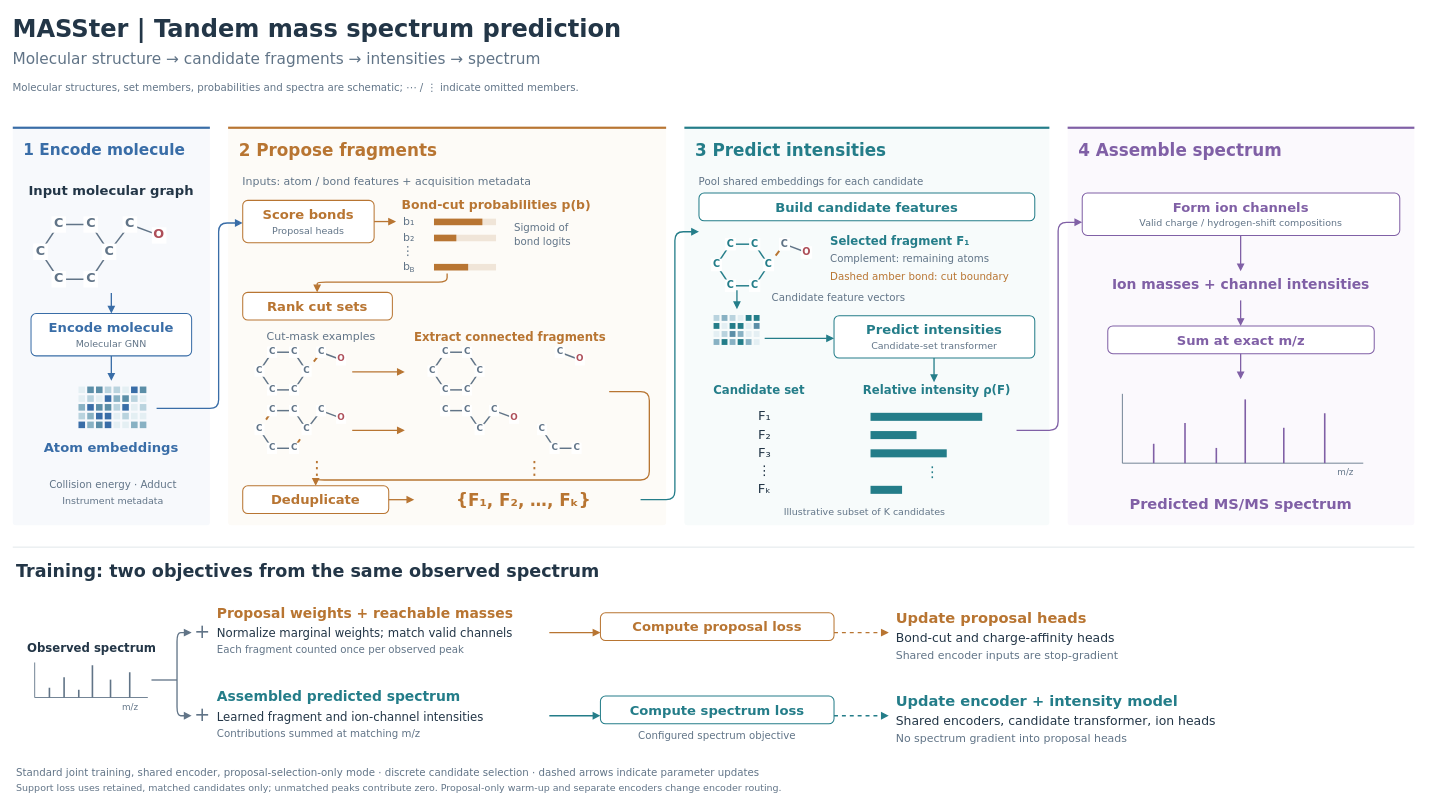
The draw.io diagram page "MASSter architecture" (1 of 6) of docs/figures/masster_figures.drawio in LZhang98/fragnnet, before the edit. Source tidied: cells renumbered, new cells numbered last; positions are measured from the earlier drawing's top-left corner, leaving out a move shared by most shapes. Both pictures are drawn from the tidied source at 73%, with x=0, y=0 at pixel (12, 12).
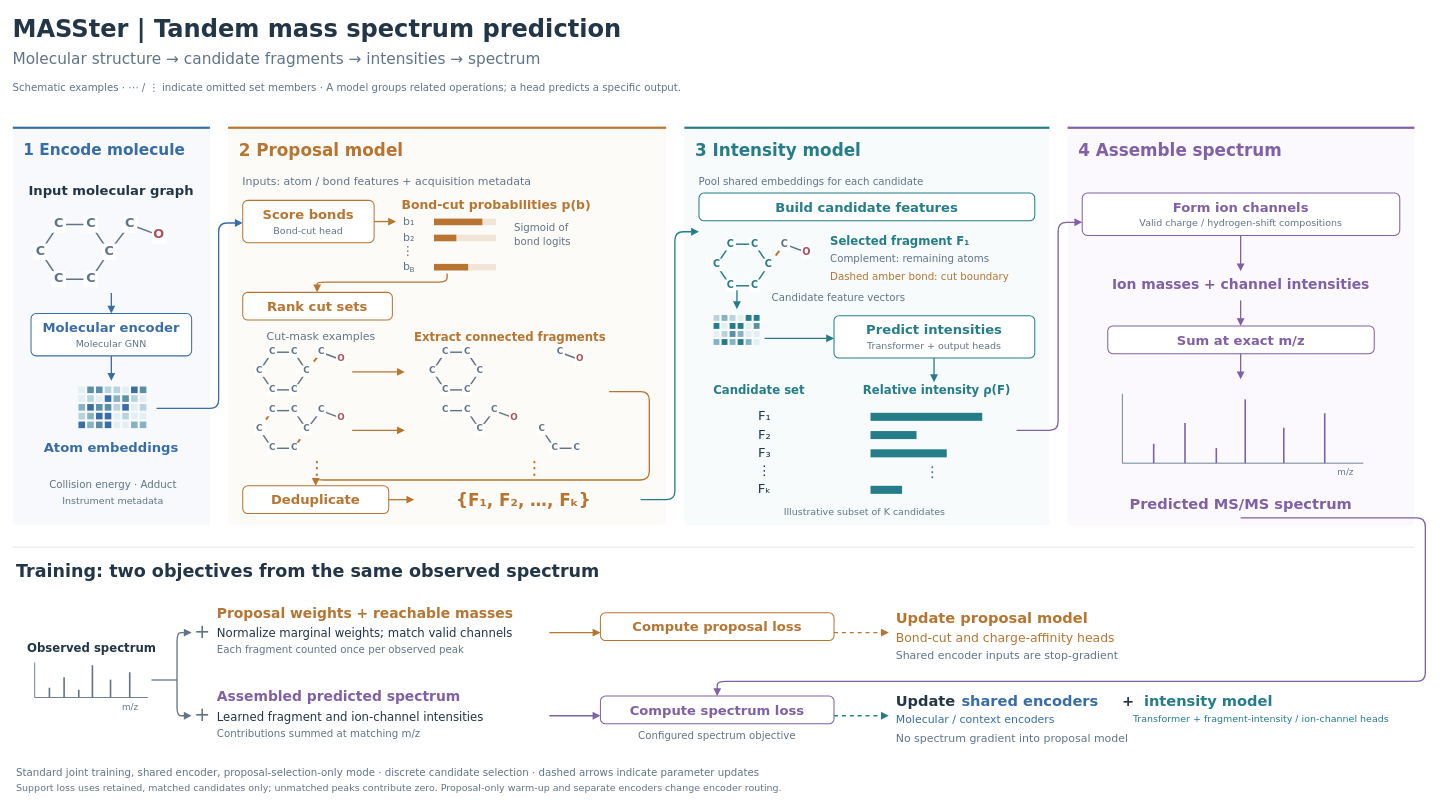
After the change.

Diff of the diagram source:
```diff
@@
-    <mxCell id="4" value="Molecular structures, set members, probabilities and spectra are schematic; ⋯ / ⋮ indicate omitted members." style="text;html=0;whiteSpace=wrap;fillColor=none;strokeColor=none;fontFamily=DejaVu Sans;fontSize=14;fontColor=#617487;fontStyle=0;align=left;verticalAlign=middle;spacing=0;" parent="1" vertex="1">
+    <mxCell id="4" value="Schematic examples · ⋯ / ⋮ indicate omitted set members · A model groups related operations; a head predicts a specific output." style="text;html=0;whiteSpace=wrap;fillColor=none;strokeColor=none;fontFamily=DejaVu Sans;fontSize=14;fontColor=#617487;fontStyle=0;align=left;verticalAlign=middle;spacing=0;" parent="1" vertex="1">
       <mxGeometry y="94" width="1900" height="17.5" as="geometry" />
     </mxCell>
@@
-    <mxCell id="10" value="2   Propose fragments" style="text;html=0;whiteSpace=wrap;fillColor=none;strokeColor=none;fontFamily=DejaVu Sans;fontSize=23;fontColor=#B87532;fontStyle=1;align=left;verticalAlign=middle;spacing=0;" parent="1" vertex="1">
+    <mxCell id="10" value="2   Proposal model" style="text;html=0;whiteSpace=wrap;fillColor=none;strokeColor=none;fontFamily=DejaVu Sans;fontSize=23;fontColor=#B87532;fontStyle=1;align=left;verticalAlign=middle;spacing=0;" parent="1" vertex="1">
       <mxGeometry x="310" y="175" width="570" height="28.8" as="geometry" />
     </mxCell>
@@
-    <mxCell id="13" value="3   Predict intensities" style="text;html=0;whiteSpace=wrap;fillColor=none;strokeColor=none;fontFamily=DejaVu Sans;fontSize=23;fontColor=#247D89;fontStyle=1;align=left;verticalAlign=middle;spacing=0;" parent="1" vertex="1">
+    <mxCell id="13" value="3   Intensity model" style="text;html=0;whiteSpace=wrap;fillColor=none;strokeColor=none;fontFamily=DejaVu Sans;fontSize=23;fontColor=#247D89;fontStyle=1;align=left;verticalAlign=middle;spacing=0;" parent="1" vertex="1">
       <mxGeometry x="935" y="175" width="470" height="28.8" as="geometry" />
     </mxCell>
@@
-    <mxCell id="45" value="Encode molecule" style="text;html=0;whiteSpace=wrap;fillColor=none;strokeColor=none;fontFamily=DejaVu Sans;fontSize=18;fontColor=#396DA7;fontStyle=1;align=center;verticalAlign=middle;spacing=0;" parent="1" vertex="1">
+    <mxCell id="45" value="Molecular encoder" style="text;html=0;whiteSpace=wrap;fillColor=none;strokeColor=none;fontFamily=DejaVu Sans;fontSize=18;fontColor=#396DA7;fontStyle=1;align=center;verticalAlign=middle;spacing=0;" parent="1" vertex="1">
       <mxGeometry x="32" y="420" width="206" height="22.5" as="geometry" />
     </mxCell>
@@
-    <mxCell id="94" value="Proposal heads" style="text;html=0;whiteSpace=wrap;fillColor=none;strokeColor=none;fontFamily=DejaVu Sans;fontSize=13;fontColor=#617487;fontStyle=0;align=center;verticalAlign=middle;spacing=0;" parent="1" vertex="1">
+    <mxCell id="94" value="Bond-cut head" style="text;html=0;whiteSpace=wrap;fillColor=none;strokeColor=none;fontFamily=DejaVu Sans;fontSize=13;fontColor=#617487;fontStyle=0;align=center;verticalAlign=middle;spacing=0;" parent="1" vertex="1">
       <mxGeometry x="321" y="290" width="168" height="16.2" as="geometry" />
     </mxCell>
@@
-    <mxCell id="277" value="Candidate-set transformer" style="text;html=0;whiteSpace=wrap;fillColor=none;strokeColor=none;fontFamily=DejaVu Sans;fontSize=13;fontColor=#617487;fontStyle=0;align=center;verticalAlign=middle;spacing=0;" parent="1" vertex="1">
+    <mxCell id="277" value="Transformer + output heads" style="text;html=0;whiteSpace=wrap;fillColor=none;strokeColor=none;fontFamily=DejaVu Sans;fontSize=13;fontColor=#617487;fontStyle=0;align=center;verticalAlign=middle;spacing=0;" parent="1" vertex="1">
       <mxGeometry x="1131" y="448" width="263" height="16.2" as="geometry" />
     </mxCell>
@@
-    <mxCell id="329" style="edgeStyle=none;rounded=1;arcSize=24;html=0;strokeColor=#247D89;strokeWidth=1.8;endArrow=block;endFill=1;endSize=6;dashed=0;" parent="1" edge="1">
+    <mxCell id="329" style="edgeStyle=none;rounded=1;arcSize=24;html=0;strokeColor=#8060A6;strokeWidth=1.8;endArrow=block;endFill=1;endSize=6;dashed=0;" parent="1" edge="1">
       <mxGeometry relative="1" as="geometry">
         <mxPoint x="735" y="963" as="sourcePoint" />
         <mxPoint x="805" y="963" as="targetPoint" />
       </mxGeometry>
     </mxCell>
@@
-    <mxCell id="336" value="Update proposal heads" style="text;html=0;whiteSpace=wrap;fillColor=none;strokeColor=none;fontFamily=DejaVu Sans;fontSize=20;fontColor=#B87532;fontStyle=1;align=left;verticalAlign=middle;spacing=0;" parent="1" vertex="1">
+    <mxCell id="336" value="Update proposal model" style="text;html=0;whiteSpace=wrap;fillColor=none;strokeColor=none;fontFamily=DejaVu Sans;fontSize=20;fontColor=#B87532;fontStyle=1;align=left;verticalAlign=middle;spacing=0;" parent="1" vertex="1">
       <mxGeometry x="1210" y="815" width="650" height="25" as="geometry" />
     </mxCell>
-    <mxCell id="337" value="Bond-cut and charge-affinity heads" style="text;html=0;whiteSpace=wrap;fillColor=none;strokeColor=none;fontFamily=DejaVu Sans;fontSize=17;fontColor=#233647;fontStyle=0;align=left;verticalAlign=middle;spacing=0;" parent="1" vertex="1">
+    <mxCell id="337" value="Bond-cut and charge-affinity heads" style="text;html=0;whiteSpace=wrap;fillColor=none;strokeColor=none;fontFamily=DejaVu Sans;fontSize=17;fontColor=#B87532;fontStyle=0;align=left;verticalAlign=middle;spacing=0;" parent="1" vertex="1">
       <mxGeometry x="1210" y="845" width="650" height="21.2" as="geometry" />
     </mxCell>
@@
-    <mxCell id="339" value="Assembled predicted spectrum" style="text;html=0;whiteSpace=wrap;fillColor=none;strokeColor=none;fontFamily=DejaVu Sans;fontSize=19;fontColor=#247D89;fontStyle=1;align=left;verticalAlign=middle;spacing=0;" parent="1" vertex="1">
+    <mxCell id="339" value="Assembled predicted spectrum" style="text;html=0;whiteSpace=wrap;fillColor=none;strokeColor=none;fontFamily=DejaVu Sans;fontSize=19;fontColor=#8060A6;fontStyle=1;align=left;verticalAlign=middle;spacing=0;" parent="1" vertex="1">
       <mxGeometry x="280" y="924" width="440" height="23.8" as="geometry" />
     </mxCell>
@@
-    <mxCell id="342" style="html=0;rounded=1;absoluteArcSize=1;arcSize=14;fillColor=#FFFFFF;strokeColor=#247D89;strokeWidth=1.4;" parent="1" vertex="1">
+    <mxCell id="342" style="html=0;rounded=1;absoluteArcSize=1;arcSize=14;fillColor=#FFFFFF;strokeColor=#8060A6;strokeWidth=1.4;" parent="1" vertex="1">
       <mxGeometry x="805" y="936" width="320" height="38" as="geometry" />
     </mxCell>
-    <mxCell id="343" value="Compute spectrum loss" style="text;html=0;whiteSpace=wrap;fillColor=none;strokeColor=none;fontFamily=DejaVu Sans;fontSize=18;fontColor=#247D89;fontStyle=1;align=center;verticalAlign=middle;spacing=0;" parent="1" vertex="1">
+    <mxCell id="343" value="Compute spectrum loss" style="text;html=0;whiteSpace=wrap;fillColor=none;strokeColor=none;fontFamily=DejaVu Sans;fontSize=18;fontColor=#8060A6;fontStyle=1;align=center;verticalAlign=middle;spacing=0;" parent="1" vertex="1">
       <mxGeometry x="812" y="944" width="306" height="22.5" as="geometry" />
     </mxCell>
@@
-    <mxCell id="345" value="Update encoder + intensity model" style="text;html=0;whiteSpace=wrap;fillColor=none;strokeColor=none;fontFamily=DejaVu Sans;fontSize=20;fontColor=#247D89;fontStyle=1;align=left;verticalAlign=middle;spacing=0;" parent="1" vertex="1">
-      <mxGeometry x="1210" y="929" width="650" height="25" as="geometry" />
+    <mxCell id="345" value="Update" style="text;html=0;whiteSpace=wrap;fillColor=none;strokeColor=none;fontFamily=DejaVu Sans;fontSize=20;fontColor=#233647;fontStyle=1;align=left;verticalAlign=middle;spacing=0;" parent="1" vertex="1">
+      <mxGeometry x="1210" y="929" width="90" height="25" as="geometry" />
     </mxCell>
-    <mxCell id="346" value="Shared encoders, candidate transformer, ion heads" style="text;html=0;whiteSpace=wrap;fillColor=none;strokeColor=none;fontFamily=DejaVu Sans;fontSize=17;fontColor=#233647;fontStyle=0;align=left;verticalAlign=middle;spacing=0;" parent="1" vertex="1">
-      <mxGeometry x="1210" y="959" width="650" height="21.2" as="geometry" />
+    <mxCell id="346" value="shared encoders" style="text;html=0;whiteSpace=wrap;fillColor=none;strokeColor=none;fontFamily=DejaVu Sans;fontSize=20;fontColor=#396DA7;fontStyle=1;align=left;verticalAlign=middle;spacing=0;" parent="1" vertex="1">
+      <mxGeometry x="1300" y="929" width="225" height="25" as="geometry" />
     </mxCell>
-    <mxCell id="347" value="No spectrum gradient into proposal heads" style="text;html=0;whiteSpace=wrap;fillColor=none;strokeColor=none;fontFamily=DejaVu Sans;fontSize=15;fontColor=#617487;fontStyle=0;align=left;verticalAlign=middle;spacing=0;" parent="1" vertex="1">
-      <mxGeometry x="1210" y="985" width="650" height="18.8" as="geometry" />
+    <mxCell id="347" value="+" style="text;html=0;whiteSpace=wrap;fillColor=none;strokeColor=none;fontFamily=DejaVu Sans;fontSize=20;fontColor=#233647;fontStyle=1;align=left;verticalAlign=middle;spacing=0;" parent="1" vertex="1">
+      <mxGeometry x="1520" y="929" width="25" height="25" as="geometry" />
     </mxCell>
-    <mxCell id="348" value="Standard joint training, shared encoder, proposal-selection-only mode · discrete candidate selection · dashed arrows indicate parameter updates" style="text;html=0;whiteSpace=wrap;fillColor=none;strokeColor=none;fontFamily=DejaVu Sans;fontSize=14;fontColor=#617487;fontStyle=0;align=left;verticalAlign=middle;spacing=0;" parent="1" vertex="1">
-      <mxGeometry x="5" y="1032" width="1910" height="17.5" as="geometry" />
+    <mxCell id="348" value="intensity model" style="text;html=0;whiteSpace=wrap;fillColor=none;strokeColor=none;fontFamily=DejaVu Sans;fontSize=20;fontColor=#247D89;fontStyle=1;align=left;verticalAlign=middle;spacing=0;" parent="1" vertex="1">
+      <mxGeometry x="1550" y="929" width="340" height="25" as="geometry" />
     </mxCell>
-    <mxCell id="349" value="Support loss uses retained, matched candidates only; unmatched peaks contribute zero. Proposal-only warm-up and separate encoders change encoder routing." style="text;html=0;whiteSpace=wrap;fillColor=none;strokeColor=none;fontFamily=DejaVu Sans;fontSize=13;fontColor=#617487;fontStyle=0;align=left;verticalAlign=middle;spacing=0;" parent="1" vertex="1">
-      <mxGeometry x="5" y="1054" width="1910" height="16.2" as="geometry" />
+    <mxCell id="349" value="Molecular / context encoders" style="text;html=0;whiteSpace=wrap;fillColor=none;strokeColor=none;fontFamily=DejaVu Sans;fontSize=15;fontColor=#396DA7;fontStyle=0;align=left;verticalAlign=middle;spacing=0;" parent="1" vertex="1">
+      <mxGeometry x="1210" y="959" width="315" height="18.8" as="geometry" />
     </mxCell>
+    <mxCell id="350" value="Transformer + fragment-intensity / ion-channel heads" style="text;html=0;whiteSpace=wrap;fillColor=none;strokeColor=none;fontFamily=DejaVu Sans;fontSize=13;fontColor=#247D89;fontStyle=0;align=left;verticalAlign=middle;spacing=0;" parent="1" vertex="1">
+      <mxGeometry x="1535" y="959" width="380" height="16.2" as="geometry" />
+    </mxCell>
+    <mxCell id="351" value="No spectrum gradient into proposal model" style="text;html=0;whiteSpace=wrap;fillColor=none;strokeColor=none;fontFamily=DejaVu Sans;fontSize=15;fontColor=#617487;fontStyle=0;align=left;verticalAlign=middle;spacing=0;" parent="1" vertex="1">
+      <mxGeometry x="1210" y="985" width="650" height="18.8" as="geometry" />
+    </mxCell>
+    <mxCell id="352" value="Standard joint training, shared encoder, proposal-selection-only mode · discrete candidate selection · dashed arrows indicate parameter updates" style="text;html=0;whiteSpace=wrap;fillColor=none;strokeColor=none;fontFamily=DejaVu Sans;fontSize=14;fontColor=#617487;fontStyle=0;align=left;verticalAlign=middle;spacing=0;" parent="1" vertex="1">
+      <mxGeometry x="5" y="1032" width="1910" height="17.5" as="geometry" />
+    </mxCell>
+    <mxCell id="353" value="Support loss uses retained, matched candidates only; unmatched peaks contribute zero. Proposal-only warm-up and separate encoders change encoder routing." style="text;html=0;whiteSpace=wrap;fillColor=none;strokeColor=none;fontFamily=DejaVu Sans;fontSize=13;fontColor=#617487;fontStyle=0;align=left;verticalAlign=middle;spacing=0;" parent="1" vertex="1">
+      <mxGeometry x="5" y="1054" width="1910" height="16.2" as="geometry" />
+    </mxCell>
+    <mxCell id="354" style="edgeStyle=none;rounded=1;arcSize=24;html=0;strokeColor=#8060A6;strokeWidth=1.8;endArrow=block;endFill=1;endSize=6;dashed=0;" parent="1" edge="1">
+      <mxGeometry relative="1" as="geometry">
+        <mxPoint x="1682" y="692" as="sourcePoint" />
+        <mxPoint x="965" y="936" as="targetPoint" />
+        <Array as="points">
+          <mxPoint x="1935" y="692" />
+          <mxPoint x="1935" y="916" />
+          <mxPoint x="965" y="916" />
+        </Array>
+      </mxGeometry>
+    </mxCell>
```
